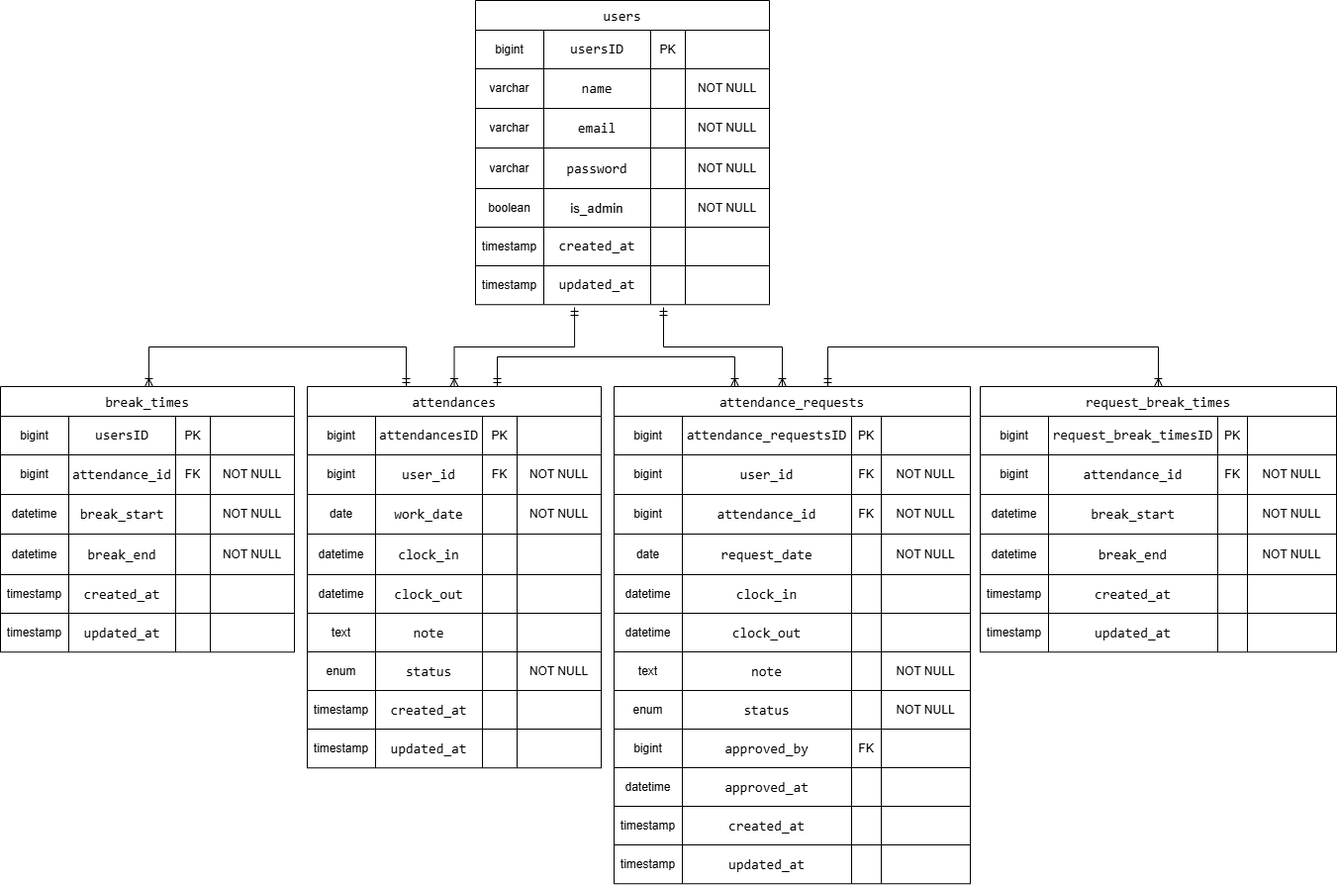
This is src/docs/勤怠管理ER図.png from 89359389383/attendance-management-app, a draw.io export, as it was before one commit. Source tidied: cells renumbered, new cells last; positions are measured from the earlier drawing's top-left corner, leaving out a move shared by most shapes.
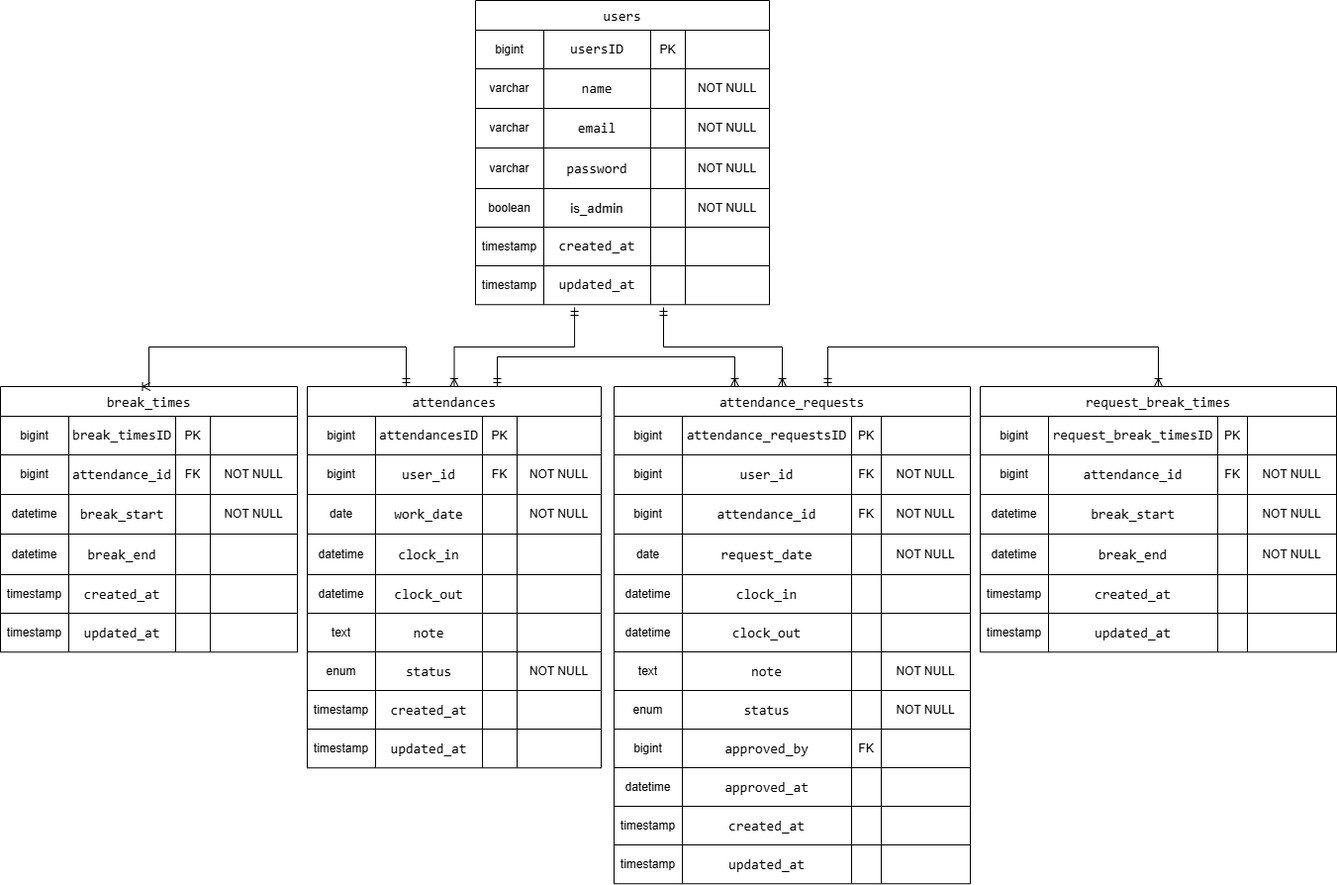
Above is the later version.

What changed in the source:
```diff
@@ -111,25 +111,25 @@
       <mxGeometry x="212" width="85" height="39" as="geometry" />
     </mxCell>
     <mxCell id="38" value="break_times" style="shape=table;startSize=30;fontSize=14;fontFamily=Consolas, Courier New, monospace;" parent="1" vertex="1">
-      <mxGeometry y="390" width="297" height="268.3" as="geometry" />
+      <mxGeometry y="390" width="300" height="268.3" as="geometry" />
     </mxCell>
     <mxCell id="39" style="shape=tableRow;horizontal=0;startSize=0;swimlaneHead=0;swimlaneBody=0;strokeColor=inherit;top=0;left=0;bottom=0;right=0;fillColor=none;" parent="38" vertex="1">
-      <mxGeometry y="30" width="297" height="39" as="geometry" />
+      <mxGeometry y="30" width="300" height="39" as="geometry" />
     </mxCell>
     <mxCell id="40" value="bigint" style="shape=partialRectangle;html=1;whiteSpace=wrap;strokeColor=inherit;overflow=hidden;fillColor=none;top=0;left=0;bottom=0;right=0;" parent="39" vertex="1">
       <mxGeometry width="69" height="39" as="geometry" />
     </mxCell>
-    <mxCell id="41" value="&lt;font face=&quot;Consolas, Courier New, monospace&quot; style=&quot;font-size: 14px;&quot;&gt;usersID&lt;/font&gt;" style="shape=partialRectangle;html=1;whiteSpace=wrap;strokeColor=inherit;overflow=hidden;fillColor=none;top=0;left=0;bottom=0;right=0;" parent="39" vertex="1">
+    <mxCell id="41" value="&lt;span style=&quot;font-family: Consolas, &amp;quot;Courier New&amp;quot;, &amp;quot;monospace&amp;quot;; font-size: 14px; text-wrap-mode: nowrap;&quot;&gt;break_times&lt;/span&gt;&lt;font face=&quot;Consolas, Courier New, monospace&quot; style=&quot;font-size: 14px;&quot;&gt;ID&lt;/font&gt;" style="shape=partialRectangle;html=1;whiteSpace=wrap;strokeColor=inherit;overflow=hidden;fillColor=none;top=0;left=0;bottom=0;right=0;" parent="39" vertex="1">
       <mxGeometry x="69" width="108" height="39" as="geometry" />
     </mxCell>
     <mxCell id="42" value="PK" style="shape=partialRectangle;html=1;whiteSpace=wrap;strokeColor=inherit;overflow=hidden;fillColor=none;top=0;left=0;bottom=0;right=0;" parent="39" vertex="1">
       <mxGeometry x="177" width="35" height="39" as="geometry" />
     </mxCell>
     <mxCell id="43" style="shape=partialRectangle;html=1;whiteSpace=wrap;strokeColor=inherit;overflow=hidden;fillColor=none;top=0;left=0;bottom=0;right=0;" parent="39" vertex="1">
-      <mxGeometry x="212" width="85" height="39" as="geometry" />
+      <mxGeometry x="212" width="88" height="39" as="geometry" />
     </mxCell>
     <mxCell id="44" style="shape=tableRow;horizontal=0;startSize=0;swimlaneHead=0;swimlaneBody=0;strokeColor=inherit;top=0;left=0;bottom=0;right=0;fillColor=none;" parent="38" vertex="1">
-      <mxGeometry y="69" width="297" height="40" as="geometry" />
+      <mxGeometry y="69" width="300" height="40" as="geometry" />
     </mxCell>
     <mxCell id="45" value="bigint" style="shape=partialRectangle;html=1;whiteSpace=wrap;strokeColor=inherit;overflow=hidden;fillColor=none;top=0;left=0;bottom=0;right=0;" parent="44" vertex="1">
       <mxGeometry width="69" height="40" as="geometry" />
@@ -141,10 +141,10 @@
       <mxGeometry x="177" width="35" height="40" as="geometry" />
     </mxCell>
     <mxCell id="48" value="NOT NULL" style="shape=partialRectangle;html=1;whiteSpace=wrap;strokeColor=inherit;overflow=hidden;fillColor=none;top=0;left=0;bottom=0;right=0;" parent="44" vertex="1">
-      <mxGeometry x="212" width="85" height="40" as="geometry" />
+      <mxGeometry x="212" width="88" height="40" as="geometry" />
     </mxCell>
     <mxCell id="49" style="shape=tableRow;horizontal=0;startSize=0;swimlaneHead=0;swimlaneBody=0;strokeColor=inherit;top=0;left=0;bottom=0;right=0;fillColor=none;" parent="38" vertex="1">
-      <mxGeometry y="109" width="297" height="40" as="geometry" />
+      <mxGeometry y="109" width="300" height="40" as="geometry" />
     </mxCell>
     <mxCell id="50" value="datetime" style="shape=partialRectangle;html=1;whiteSpace=wrap;strokeColor=inherit;overflow=hidden;fillColor=none;top=0;left=0;bottom=0;right=0;" parent="49" vertex="1">
       <mxGeometry width="69" height="40" as="geometry" />
@@ -156,10 +156,10 @@
       <mxGeometry x="177" width="35" height="40" as="geometry" />
     </mxCell>
     <mxCell id="53" value="NOT NULL" style="shape=partialRectangle;html=1;whiteSpace=wrap;strokeColor=inherit;overflow=hidden;fillColor=none;top=0;left=0;bottom=0;right=0;" parent="49" vertex="1">
-      <mxGeometry x="212" width="85" height="40" as="geometry" />
+      <mxGeometry x="212" width="88" height="40" as="geometry" />
     </mxCell>
     <mxCell id="54" style="shape=tableRow;horizontal=0;startSize=0;swimlaneHead=0;swimlaneBody=0;strokeColor=inherit;top=0;left=0;bottom=0;right=0;fillColor=none;" parent="38" vertex="1">
-      <mxGeometry y="149" width="297" height="41" as="geometry" />
+      <mxGeometry y="149" width="300" height="41" as="geometry" />
     </mxCell>
     <mxCell id="55" value="datetime" style="shape=partialRectangle;html=1;whiteSpace=wrap;strokeColor=inherit;overflow=hidden;fillColor=none;top=0;left=0;bottom=0;right=0;" parent="54" vertex="1">
       <mxGeometry width="69" height="41" as="geometry" />
@@ -170,11 +170,11 @@
     <mxCell id="57" style="shape=partialRectangle;html=1;whiteSpace=wrap;strokeColor=inherit;overflow=hidden;fillColor=none;top=0;left=0;bottom=0;right=0;" parent="54" vertex="1">
       <mxGeometry x="177" width="35" height="41" as="geometry" />
     </mxCell>
-    <mxCell id="58" value="NOT NULL" style="shape=partialRectangle;html=1;whiteSpace=wrap;strokeColor=inherit;overflow=hidden;fillColor=none;top=0;left=0;bottom=0;right=0;" parent="54" vertex="1">
-      <mxGeometry x="212" width="85" height="41" as="geometry" />
+    <mxCell id="58" style="shape=partialRectangle;html=1;whiteSpace=wrap;strokeColor=inherit;overflow=hidden;fillColor=none;top=0;left=0;bottom=0;right=0;" parent="54" vertex="1">
+      <mxGeometry x="212" width="88" height="41" as="geometry" />
     </mxCell>
     <mxCell id="59" style="shape=tableRow;horizontal=0;startSize=0;swimlaneHead=0;swimlaneBody=0;strokeColor=inherit;top=0;left=0;bottom=0;right=0;fillColor=none;" parent="38" vertex="1">
-      <mxGeometry y="190" width="297" height="39" as="geometry" />
+      <mxGeometry y="190" width="300" height="39" as="geometry" />
     </mxCell>
     <mxCell id="60" value="timestamp" style="shape=partialRectangle;html=1;whiteSpace=wrap;strokeColor=inherit;overflow=hidden;fillColor=none;top=0;left=0;bottom=0;right=0;" parent="59" vertex="1">
       <mxGeometry width="69" height="39" as="geometry" />
@@ -186,10 +186,10 @@
       <mxGeometry x="177" width="35" height="39" as="geometry" />
     </mxCell>
     <mxCell id="63" style="shape=partialRectangle;html=1;whiteSpace=wrap;strokeColor=inherit;overflow=hidden;fillColor=none;top=0;left=0;bottom=0;right=0;" parent="59" vertex="1">
-      <mxGeometry x="212" width="85" height="39" as="geometry" />
+      <mxGeometry x="212" width="88" height="39" as="geometry" />
     </mxCell>
     <mxCell id="64" style="shape=tableRow;horizontal=0;startSize=0;swimlaneHead=0;swimlaneBody=0;strokeColor=inherit;top=0;left=0;bottom=0;right=0;fillColor=none;" parent="38" vertex="1">
-      <mxGeometry y="229" width="297" height="39" as="geometry" />
+      <mxGeometry y="229" width="300" height="39" as="geometry" />
     </mxCell>
     <mxCell id="65" value="timestamp" style="shape=partialRectangle;html=1;whiteSpace=wrap;strokeColor=inherit;overflow=hidden;fillColor=none;top=0;left=0;bottom=0;right=0;" parent="64" vertex="1">
       <mxGeometry width="69" height="39" as="geometry" />
@@ -201,7 +201,7 @@
       <mxGeometry x="177" width="35" height="39" as="geometry" />
     </mxCell>
     <mxCell id="68" style="shape=partialRectangle;html=1;whiteSpace=wrap;strokeColor=inherit;overflow=hidden;fillColor=none;top=0;left=0;bottom=0;right=0;" parent="64" vertex="1">
-      <mxGeometry x="212" width="85" height="39" as="geometry" />
+      <mxGeometry x="212" width="88" height="39" as="geometry" />
     </mxCell>
     <mxCell id="69" value="attendances" style="shape=table;startSize=30;fontSize=14;fontFamily=Consolas, Courier New, monospace;" parent="1" vertex="1">
       <mxGeometry x="310" y="390" width="297" height="385.3" as="geometry" />
```
